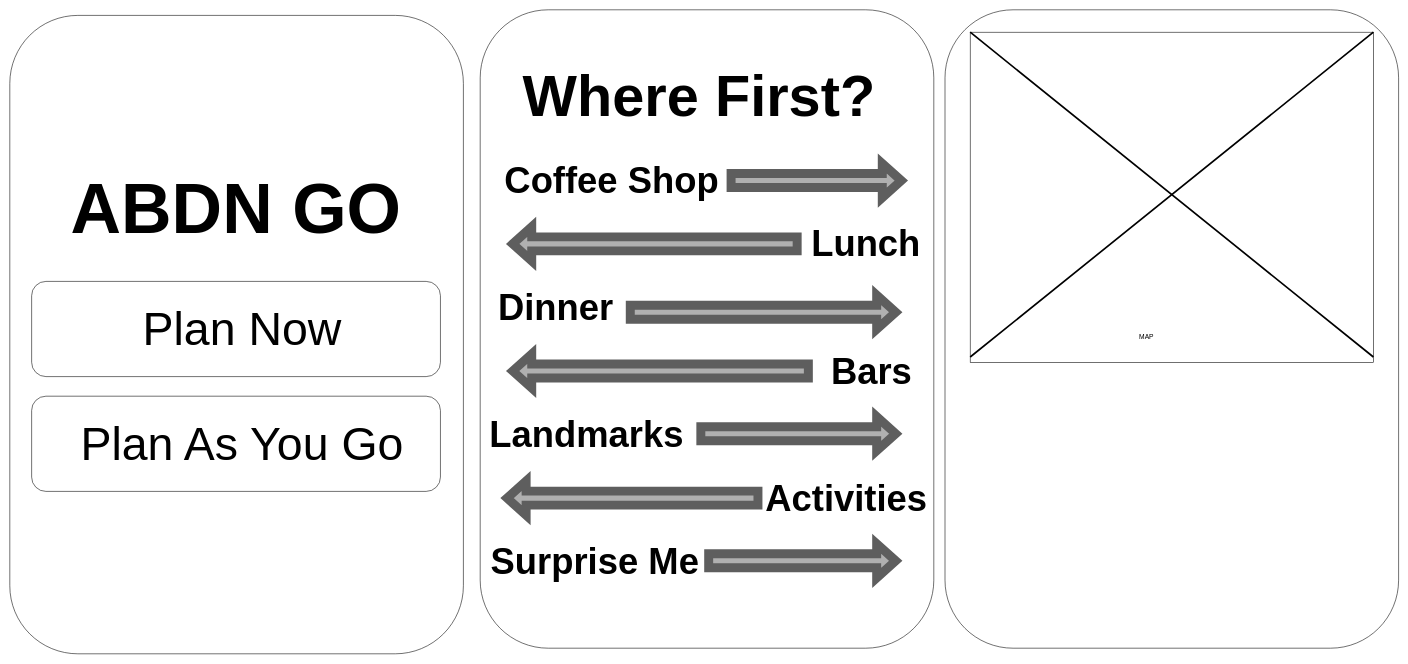
Earlier version of the draw.io diagram abdn_go_wireframe.drawio (CodeTheCity/abdn_go). Source tidied: cells renumbered, new cells numbered last; positions are measured from the earlier drawing's top-left corner, leaving out a move shared by most shapes. Both pictures are drawn from the tidied source at 56%, with x=0, y=0 at pixel (10, 10).
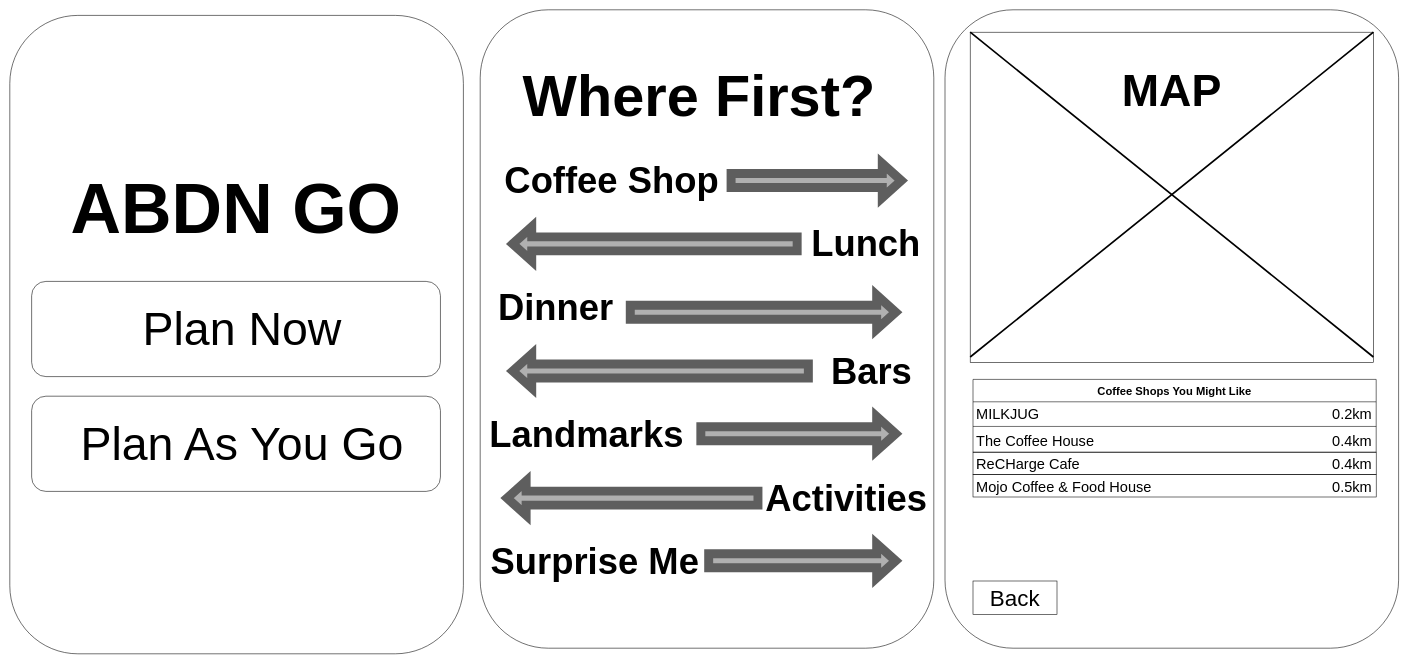
After the change.

Change to the diagram source:
```diff
@@
-    <mxCell id="27" value="MAP" style="text;html=1;strokeColor=none;fillColor=none;align=center;verticalAlign=middle;whiteSpace=wrap;rounded=0;" parent="1" vertex="1">
-      <mxGeometry x="2000" y="570" width="60" height="30" as="geometry" />
+    <mxCell id="27" value="&lt;b&gt;&lt;font style=&quot;font-size: 80px;&quot;&gt;MAP&lt;/font&gt;&lt;/b&gt;" style="text;html=1;strokeColor=none;fillColor=none;align=center;verticalAlign=middle;whiteSpace=wrap;rounded=0;" parent="1" vertex="1">
+      <mxGeometry x="1825" y="130" width="500" height="30" as="geometry" />
     </mxCell>
+    <mxCell id="28" value="Coffee Shops You Might Like" style="swimlane;fontStyle=1;align=center;verticalAlign=middle;horizontal=1;startSize=40;whiteSpace=wrap;html=1;fontSize=20;labelPosition=center;verticalLabelPosition=middle;" parent="1" vertex="1">
+      <mxGeometry x="1720" y="660" width="720" height="130" as="geometry" />
+    </mxCell>
+    <mxCell id="29" value="MILKJUG&lt;span style=&quot;white-space: pre;&quot;&gt;&#9;&lt;/span&gt;&lt;span style=&quot;white-space: pre;&quot;&gt;&#9;&lt;/span&gt;&lt;span style=&quot;white-space: pre;&quot;&gt;&#9;&lt;/span&gt;&lt;span style=&quot;white-space: pre;&quot;&gt;&#9;&lt;/span&gt;&lt;span style=&quot;white-space: pre;&quot;&gt;&#9;&lt;/span&gt;&lt;span style=&quot;white-space: pre;&quot;&gt;&#9;&lt;/span&gt;&lt;span style=&quot;white-space: pre;&quot;&gt;&#9;&lt;/span&gt;&lt;span style=&quot;white-space: pre;&quot;&gt;&#9;&lt;/span&gt;&lt;span style=&quot;white-space: pre;&quot;&gt;&#9;&lt;/span&gt;0.2km" style="text;strokeColor=none;fillColor=none;align=left;verticalAlign=top;spacingLeft=4;spacingRight=4;overflow=hidden;whiteSpace=wrap;html=1;fontSize=26;" parent="28" vertex="1">
+      <mxGeometry y="40" width="720" height="40" as="geometry" />
+    </mxCell>
+    <mxCell id="30" style="line;strokeWidth=1;fillColor=none;align=left;verticalAlign=middle;spacingTop=-1;spacingLeft=3;spacingRight=3;labelPosition=right;strokeColor=inherit;" parent="28" vertex="1">
+      <mxGeometry y="80" width="720" height="8" as="geometry" />
+    </mxCell>
+    <mxCell id="31" value="The Coffee House&amp;nbsp;&lt;span style=&quot;white-space: pre;&quot;&gt;&#9;&lt;/span&gt;&lt;span style=&quot;white-space: pre;&quot;&gt;&#9;&lt;/span&gt;&lt;span style=&quot;white-space: pre;&quot;&gt;&#9;&lt;/span&gt;&lt;span style=&quot;white-space: pre;&quot;&gt;&#9;&lt;/span&gt;&lt;span style=&quot;white-space: pre;&quot;&gt;&#9;&lt;/span&gt;&lt;span style=&quot;white-space: pre;&quot;&gt;&#9;&lt;/span&gt;&lt;span style=&quot;white-space: pre;&quot;&gt;&#9;&lt;/span&gt;&lt;span style=&quot;white-space: pre;&quot;&gt;&#9;&lt;/span&gt;0.4km" style="text;strokeColor=none;fillColor=none;align=left;verticalAlign=top;spacingLeft=4;spacingRight=4;overflow=hidden;whiteSpace=wrap;html=1;fontSize=26;" parent="28" vertex="1">
+      <mxGeometry y="88" width="720" height="42" as="geometry" />
+    </mxCell>
+    <mxCell id="32" value="ReCHarge Cafe&lt;span style=&quot;white-space: pre;&quot;&gt;&#9;&lt;/span&gt;&lt;span style=&quot;white-space: pre;&quot;&gt;&#9;&lt;/span&gt;&lt;span style=&quot;white-space: pre;&quot;&gt;&#9;&lt;/span&gt;&lt;span style=&quot;white-space: pre;&quot;&gt;&#9;&lt;/span&gt;&lt;span style=&quot;white-space: pre;&quot;&gt;&#9;&lt;/span&gt;&lt;span style=&quot;white-space: pre;&quot;&gt;&#9;&lt;/span&gt;&lt;span style=&quot;white-space: pre;&quot;&gt;&#9;&lt;/span&gt;&lt;span style=&quot;white-space: pre;&quot;&gt;&#9;&lt;/span&gt;0.4km" style="text;strokeColor=default;fillColor=none;align=left;verticalAlign=top;spacingLeft=4;spacingRight=4;overflow=hidden;whiteSpace=wrap;html=1;fontSize=26;perimeterSpacing=1;" parent="1" vertex="1">
+      <mxGeometry x="1720" y="790" width="720" height="40" as="geometry" />
+    </mxCell>
+    <mxCell id="33" value="Mojo Coffee &amp;amp; Food House&lt;span style=&quot;white-space: pre;&quot;&gt;&#9;&lt;/span&gt;&lt;span style=&quot;white-space: pre;&quot;&gt;&#9;&lt;/span&gt;&lt;span style=&quot;white-space: pre;&quot;&gt;&#9;&lt;/span&gt;&lt;span style=&quot;white-space: pre;&quot;&gt;&#9;&lt;/span&gt;&lt;span style=&quot;white-space: pre;&quot;&gt;&#9;&lt;/span&gt;&lt;span style=&quot;white-space: pre;&quot;&gt;&#9;&lt;/span&gt;0.5km" style="text;strokeColor=default;fillColor=none;align=left;verticalAlign=top;spacingLeft=4;spacingRight=4;overflow=hidden;whiteSpace=wrap;html=1;fontSize=26;perimeterSpacing=1;" parent="1" vertex="1">
+      <mxGeometry x="1720" y="830" width="720" height="40" as="geometry" />
+    </mxCell>
+    <mxCell id="34" value="&lt;font style=&quot;font-size: 40px;&quot;&gt;Back&lt;/font&gt;" style="rounded=0;whiteSpace=wrap;html=1;labelPosition=center;verticalLabelPosition=middle;align=center;verticalAlign=middle;" parent="1" vertex="1">
+      <mxGeometry x="1720" y="1020" width="150" height="60" as="geometry" />
+    </mxCell>
```
